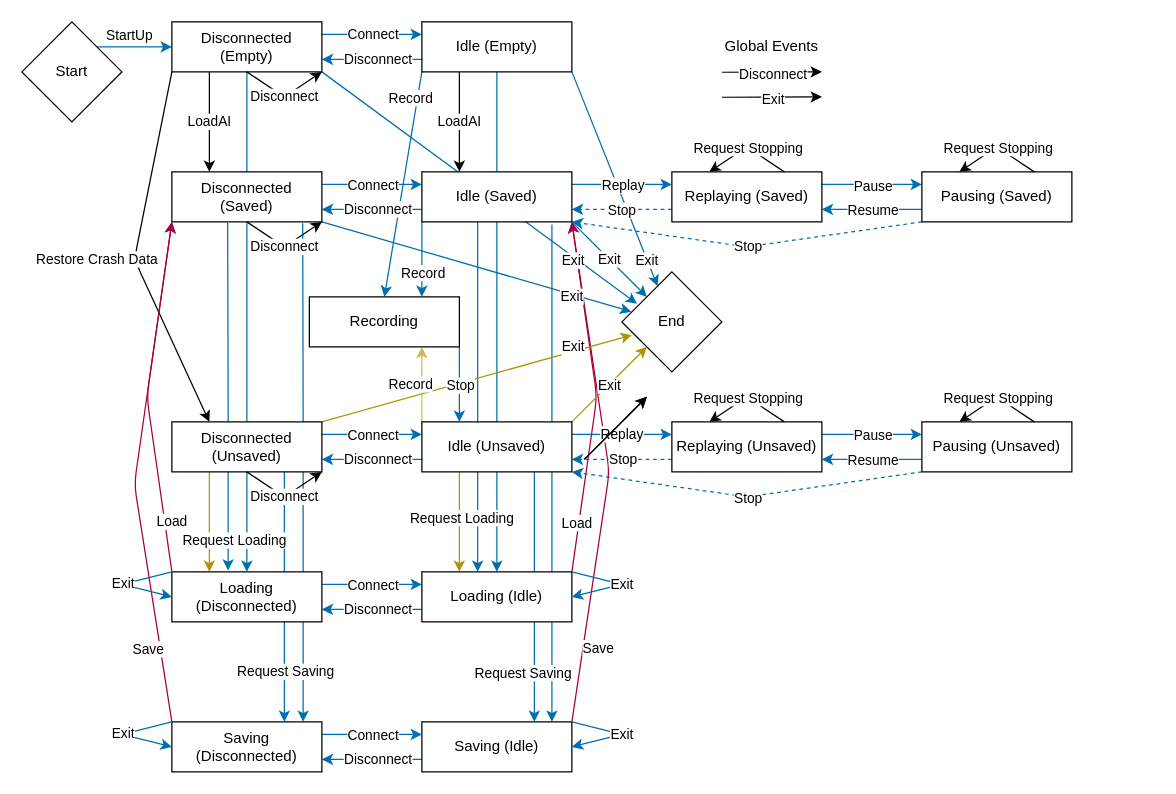
This is Design/States.drawio from nguyenquyhy/Flight-Recorder, a draw.io file, before an edit. Source tidied: cells renumbered, new cells numbered last; positions are measured from the earlier drawing's top-left corner, leaving out a move shared by most shapes. Both pictures are drawn from the tidied source at 125%, with x=0, y=0 at pixel (21, 21).
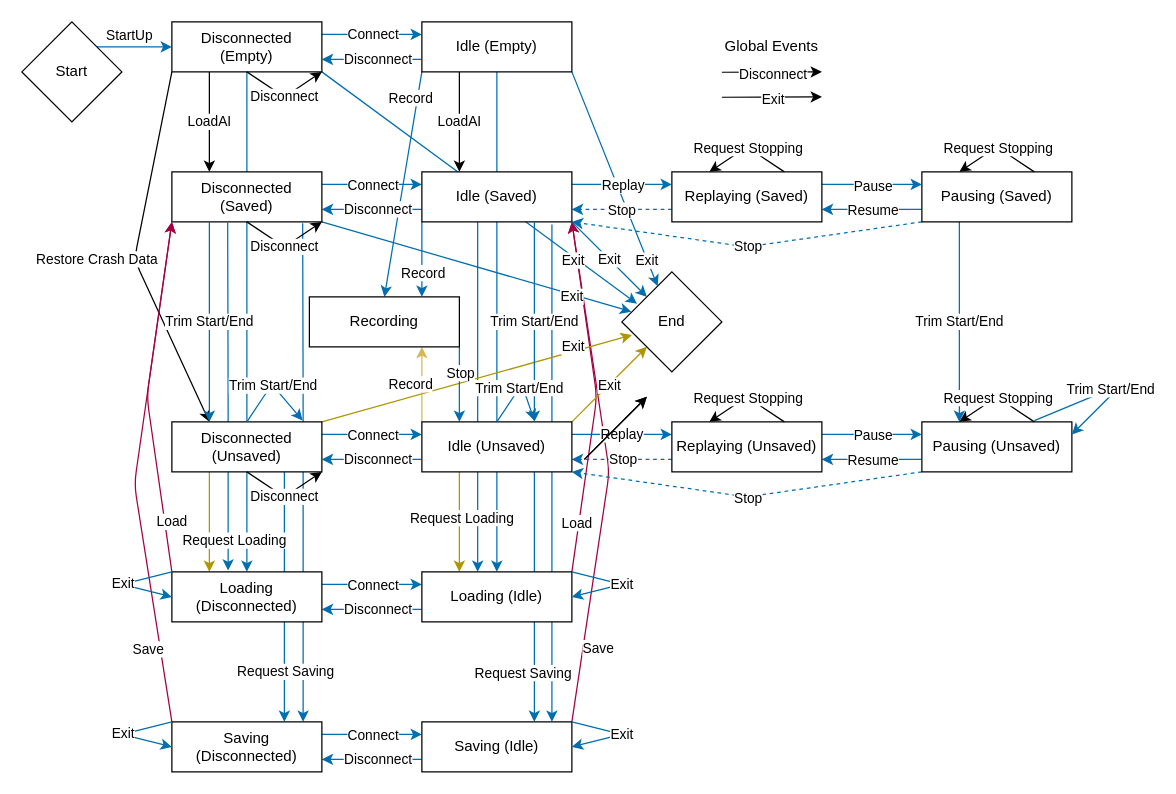
After the change.

The change refers to these unchanged cells:
```xml
<mxCell id="35" style="endArrow=classic;html=1;exitX=1;exitY=1;exitDx=0;exitDy=0;fillColor=#1ba1e2;strokeColor=#006EAF;entryX=0.25;entryY=0;entryDx=0;entryDy=0;" parent="1" edge="1" source="84" target="92">
  <mxGeometry relative="1" as="geometry" />
</mxCell>
<mxCell id="82" value="Disconnected (Saved)" style="rounded=0;whiteSpace=wrap;html=1;" parent="1" vertex="1">
  <mxGeometry x="120" y="120" width="120" height="40" as="geometry" />
</mxCell>
<mxCell id="83" value="Idle (Saved)" style="rounded=0;whiteSpace=wrap;html=1;fontStyle=0;" parent="1" vertex="1">
  <mxGeometry x="320" y="120" width="120" height="40" as="geometry" />
</mxCell>
<mxCell id="92" value="Idle (Unsaved)" style="rounded=0;whiteSpace=wrap;html=1;fontStyle=0;" parent="1" vertex="1">
  <mxGeometry x="320" y="320" width="120" height="40" as="geometry" />
</mxCell>
<mxCell id="93" value="Disconnected (Unsaved)" style="rounded=0;whiteSpace=wrap;html=1;" parent="1" vertex="1">
  <mxGeometry x="120" y="320" width="120" height="40" as="geometry" />
</mxCell>
<mxCell id="97" value="Pausing (Unsaved)" style="rounded=0;whiteSpace=wrap;html=1;" parent="1" vertex="1">
  <mxGeometry x="720" y="320" width="120" height="40" as="geometry" />
</mxCell>
```

Change to the diagram source:
```diff
@@
+    <mxCell id="137" value="Trim Start/End" style="endArrow=classic;html=1;exitX=0.25;exitY=1;exitDx=0;exitDy=0;entryX=0.25;entryY=0;entryDx=0;entryDy=0;fillColor=#1ba1e2;strokeColor=#006EAF;" parent="1" edge="1">
+      <mxGeometry relative="1" as="geometry">
+        <mxPoint x="750" y="160" as="sourcePoint" />
+        <mxPoint x="750" y="320" as="targetPoint" />
+      </mxGeometry>
+    </mxCell>
@@
     <mxCell id="36" value="Stop" style="edgeLabel;html=1;align=center;verticalAlign=middle;" parent="35" vertex="1">
       <mxGeometry x="0.26" relative="1" as="geometry">
-        <mxPoint y="-7.7" as="offset" />
+        <mxPoint y="-18" as="offset" />
       </mxGeometry>
     </mxCell>
@@
+    <mxCell id="138" value="Trim Start/End" style="endArrow=classic;html=1;exitX=0.25;exitY=1;exitDx=0;exitDy=0;entryX=0.25;entryY=0;entryDx=0;entryDy=0;fillColor=#1ba1e2;strokeColor=#006EAF;" parent="1" edge="1" source="82" target="93">
+      <mxGeometry relative="1" as="geometry" />
+    </mxCell>
+    <mxCell id="139" value="Trim Start/End" style="endArrow=classic;html=1;exitX=0.75;exitY=1;exitDx=0;exitDy=0;entryX=0.75;entryY=0;entryDx=0;entryDy=0;fillColor=#1ba1e2;strokeColor=#006EAF;" parent="1" edge="1" source="83" target="92">
+      <mxGeometry relative="1" as="geometry" />
+    </mxCell>
+    <mxCell id="140" value="Trim Start/End" style="endArrow=classic;html=1;entryX=0.871;entryY=-0.029;entryDx=0;entryDy=0;entryPerimeter=0;fillColor=#1ba1e2;strokeColor=#006EAF;" parent="1" edge="1" target="93">
+      <mxGeometry relative="1" as="geometry">
+        <mxPoint x="180" y="320" as="sourcePoint" />
+        <Array as="points">
+          <mxPoint x="200" y="290" />
+        </Array>
+      </mxGeometry>
+    </mxCell>
+    <mxCell id="141" value="Trim Start/End" style="endArrow=classic;html=1;fillColor=#1ba1e2;strokeColor=#006EAF;" parent="1" edge="1">
+      <mxGeometry relative="1" as="geometry">
+        <mxPoint x="380" y="320" as="sourcePoint" />
+        <mxPoint x="410" y="319" as="targetPoint" />
+        <Array as="points">
+          <mxPoint x="400" y="290" />
+        </Array>
+      </mxGeometry>
+    </mxCell>
+    <mxCell id="142" value="Trim Start/End" style="endArrow=classic;html=1;entryX=1;entryY=0.25;entryDx=0;entryDy=0;fillColor=#1ba1e2;strokeColor=#006EAF;" parent="1" edge="1" target="97">
+      <mxGeometry relative="1" as="geometry">
+        <mxPoint x="810" y="319" as="sourcePoint" />
+        <Array as="points">
+          <mxPoint x="880" y="290" />
+        </Array>
+      </mxGeometry>
+    </mxCell>
```
